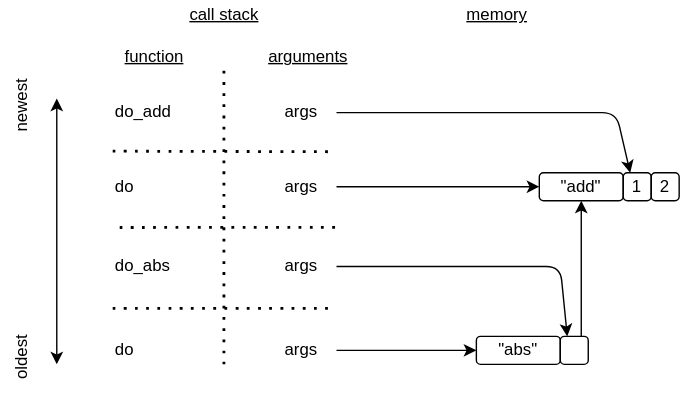
Above: docs/interp/recursive_evaluation.svg in gvwilson/sdxpy (draw.io), before the change. Source tidied: cells renumbered, new cells last; positions are measured from the earlier drawing's top-left corner, leaving out a move shared by most shapes.
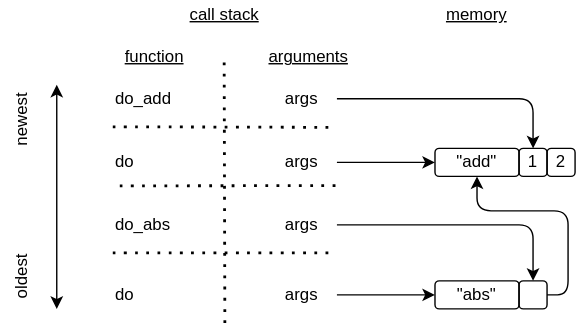
Above is the later version.

The edit, as a diff of the source:
```diff
@@ -2,115 +2,121 @@
   <root>
     <mxCell id="0" />
     <mxCell id="1" parent="0" />
-    <mxCell id="2" value="&quot;abs&quot;" style="rounded=1;whiteSpace=wrap;html=1;sketch=0;hachureGap=4;fontFamily=Verdana;fontSize=12;fillColor=none;" parent="1" vertex="1">
-      <mxGeometry x="360" y="240" width="60" height="20" as="geometry" />
+    <mxCell id="2" value="&quot;abs&quot;" style="rounded=1;whiteSpace=wrap;html=1;sketch=0;hachureGap=4;fontFamily=Helvetica;fontSize=12;fillColor=none;" parent="1" vertex="1">
+      <mxGeometry x="330" y="210" width="60" height="20" as="geometry" />
     </mxCell>
-    <mxCell id="3" style="rounded=1;whiteSpace=wrap;html=1;sketch=0;hachureGap=4;fontFamily=Verdana;fontSize=12;fillColor=none;" parent="1" vertex="1">
-      <mxGeometry x="420" y="240" width="20" height="20" as="geometry" />
+    <mxCell id="3" style="rounded=1;whiteSpace=wrap;html=1;sketch=0;hachureGap=4;fontFamily=Helvetica;fontSize=12;fillColor=none;" parent="1" vertex="1">
+      <mxGeometry x="390" y="210" width="20" height="20" as="geometry" />
     </mxCell>
-    <mxCell id="4" value="1" style="rounded=1;whiteSpace=wrap;html=1;sketch=0;hachureGap=4;fontFamily=Verdana;fontSize=12;fillColor=none;" parent="1" vertex="1">
-      <mxGeometry x="465" y="123" width="20" height="20" as="geometry" />
+    <mxCell id="4" value="1" style="rounded=1;whiteSpace=wrap;html=1;sketch=0;hachureGap=4;fontFamily=Helvetica;fontSize=12;fillColor=none;" parent="1" vertex="1">
+      <mxGeometry x="390" y="115.4" width="20" height="20" as="geometry" />
     </mxCell>
-    <mxCell id="5" value="2" style="rounded=1;whiteSpace=wrap;html=1;sketch=0;hachureGap=4;fontFamily=Verdana;fontSize=12;fillColor=none;" parent="1" vertex="1">
-      <mxGeometry x="485" y="123" width="20" height="20" as="geometry" />
+    <mxCell id="5" value="2" style="rounded=1;whiteSpace=wrap;html=1;sketch=0;hachureGap=4;fontFamily=Helvetica;fontSize=12;fillColor=none;" parent="1" vertex="1">
+      <mxGeometry x="410" y="115.4" width="20" height="20" as="geometry" />
     </mxCell>
-    <mxCell id="6" value="args" style="rounded=1;whiteSpace=wrap;html=1;sketch=0;hachureGap=4;fontFamily=Verdana;fontSize=12;fillColor=none;strokeColor=none;" parent="1" vertex="1">
-      <mxGeometry x="210" y="180" width="50" height="20" as="geometry" />
+    <mxCell id="6" value="args" style="rounded=1;whiteSpace=wrap;html=1;sketch=0;hachureGap=4;fontFamily=Helvetica;fontSize=12;fillColor=none;strokeColor=none;" parent="1" vertex="1">
+      <mxGeometry x="210" y="160" width="50" height="20" as="geometry" />
     </mxCell>
-    <mxCell id="7" style="endArrow=classic;html=1;rounded=1;sketch=0;hachureGap=4;fontFamily=Verdana;fontSize=12;sourcePerimeterSpacing=8;targetPerimeterSpacing=8;exitX=1;exitY=0.5;exitDx=0;exitDy=0;entryX=0.25;entryY=0;entryDx=0;entryDy=0;" parent="1" edge="1" source="6" target="3">
+    <mxCell id="7" style="endArrow=classic;html=1;rounded=1;sketch=0;hachureGap=4;fontFamily=Helvetica;fontSize=12;sourcePerimeterSpacing=8;targetPerimeterSpacing=8;exitX=1;exitY=0.5;exitDx=0;exitDy=0;entryX=0.5;entryY=0;entryDx=0;entryDy=0;" parent="1" edge="1" source="6" target="3">
       <mxGeometry relative="1" as="geometry">
         <Array as="points">
-          <mxPoint x="420" y="190" />
+          <mxPoint x="400" y="170" />
         </Array>
       </mxGeometry>
     </mxCell>
-    <mxCell id="8" value="do_abs" style="text;html=1;strokeColor=none;fillColor=none;align=left;verticalAlign=middle;whiteSpace=wrap;rounded=0;sketch=0;hachureGap=4;fontFamily=Verdana;fontSize=12;" parent="1" vertex="1">
-      <mxGeometry x="100" y="180" width="50" height="20" as="geometry" />
+    <mxCell id="8" value="do_abs" style="text;html=1;strokeColor=none;fillColor=none;align=left;verticalAlign=middle;whiteSpace=wrap;rounded=0;sketch=0;hachureGap=4;fontFamily=Helvetica;fontSize=12;" parent="1" vertex="1">
+      <mxGeometry x="100" y="160" width="50" height="20" as="geometry" />
     </mxCell>
-    <mxCell id="9" style="endArrow=none;dashed=1;html=1;dashPattern=1 3;strokeWidth=2;rounded=0;sketch=0;hachureGap=4;fontFamily=Verdana;fontSize=12;sourcePerimeterSpacing=8;targetPerimeterSpacing=8;curved=1;" parent="1" edge="1">
+    <mxCell id="9" style="endArrow=none;dashed=1;html=1;dashPattern=1 3;strokeWidth=2;rounded=0;sketch=0;hachureGap=4;fontFamily=Helvetica;fontSize=12;sourcePerimeterSpacing=8;targetPerimeterSpacing=8;curved=1;" parent="1" edge="1">
       <mxGeometry relative="1" as="geometry">
-        <mxPoint x="100" y="107.6" as="sourcePoint" />
-        <mxPoint x="260" y="108" as="targetPoint" />
+        <mxPoint x="100" y="100" as="sourcePoint" />
+        <mxPoint x="260" y="100.4" as="targetPoint" />
       </mxGeometry>
     </mxCell>
-    <mxCell id="10" value="args" style="rounded=1;whiteSpace=wrap;html=1;sketch=0;hachureGap=4;fontFamily=Verdana;fontSize=12;fillColor=none;strokeColor=none;" parent="1" vertex="1">
+    <mxCell id="10" value="args" style="rounded=1;whiteSpace=wrap;html=1;sketch=0;hachureGap=4;fontFamily=Helvetica;fontSize=12;fillColor=none;strokeColor=none;" parent="1" vertex="1">
       <mxGeometry x="210" y="70" width="50" height="20" as="geometry" />
     </mxCell>
-    <mxCell id="11" value="do_add" style="text;html=1;strokeColor=none;fillColor=none;align=left;verticalAlign=middle;whiteSpace=wrap;rounded=0;sketch=0;hachureGap=4;fontFamily=Verdana;fontSize=12;" parent="1" vertex="1">
+    <mxCell id="11" value="do_add" style="text;html=1;strokeColor=none;fillColor=none;align=left;verticalAlign=middle;whiteSpace=wrap;rounded=0;sketch=0;hachureGap=4;fontFamily=Helvetica;fontSize=12;" parent="1" vertex="1">
       <mxGeometry x="100" y="70" width="50" height="20" as="geometry" />
     </mxCell>
-    <mxCell id="12" style="endArrow=none;dashed=1;html=1;dashPattern=1 3;strokeWidth=2;rounded=0;sketch=0;hachureGap=4;fontFamily=Verdana;fontSize=12;sourcePerimeterSpacing=8;targetPerimeterSpacing=8;curved=1;" parent="1" edge="1">
+    <mxCell id="12" style="endArrow=none;dashed=1;html=1;dashPattern=1 3;strokeWidth=2;rounded=0;sketch=0;hachureGap=4;fontFamily=Helvetica;fontSize=12;sourcePerimeterSpacing=8;targetPerimeterSpacing=8;curved=1;" parent="1" edge="1">
       <mxGeometry relative="1" as="geometry">
-        <mxPoint x="179.5" y="260" as="sourcePoint" />
+        <mxPoint x="180" y="240" as="sourcePoint" />
         <mxPoint x="179.5" y="50" as="targetPoint" />
       </mxGeometry>
     </mxCell>
-    <mxCell id="13" value="&lt;u style=&quot;font-size: 12px;&quot;&gt;function&lt;/u&gt;" style="text;html=1;strokeColor=none;fillColor=none;align=center;verticalAlign=middle;whiteSpace=wrap;rounded=0;sketch=0;hachureGap=4;fontFamily=Verdana;fontSize=12;" parent="1" vertex="1">
-      <mxGeometry x="100" y="30" width="60" height="20" as="geometry" />
+    <mxCell id="13" value="&lt;u style=&quot;font-size: 12px;&quot;&gt;function&lt;/u&gt;" style="text;html=1;strokeColor=none;fillColor=none;align=center;verticalAlign=middle;whiteSpace=wrap;rounded=0;sketch=0;hachureGap=4;fontFamily=Helvetica;fontSize=12;" parent="1" vertex="1">
+      <mxGeometry x="100" y="40" width="60" height="20" as="geometry" />
     </mxCell>
-    <mxCell id="14" value="&lt;u style=&quot;font-size: 12px;&quot;&gt;arguments&lt;/u&gt;" style="text;html=1;strokeColor=none;fillColor=none;align=center;verticalAlign=middle;whiteSpace=wrap;rounded=0;sketch=0;hachureGap=4;fontFamily=Verdana;fontSize=12;" parent="1" vertex="1">
-      <mxGeometry x="210" y="30" width="60" height="20" as="geometry" />
+    <mxCell id="14" value="&lt;u style=&quot;font-size: 12px;&quot;&gt;arguments&lt;/u&gt;" style="text;html=1;strokeColor=none;fillColor=none;align=center;verticalAlign=middle;whiteSpace=wrap;rounded=0;sketch=0;hachureGap=4;fontFamily=Helvetica;fontSize=12;" parent="1" vertex="1">
+      <mxGeometry x="210" y="40" width="60" height="20" as="geometry" />
     </mxCell>
-    <mxCell id="15" value="call stack" style="text;html=1;strokeColor=none;fillColor=none;align=center;verticalAlign=middle;whiteSpace=wrap;rounded=0;sketch=0;hachureGap=4;fontFamily=Verdana;fontSize=12;fontStyle=4;" parent="1" vertex="1">
-      <mxGeometry x="140" width="80" height="20" as="geometry" />
+    <mxCell id="15" value="call stack" style="text;html=1;strokeColor=none;fillColor=none;align=center;verticalAlign=middle;whiteSpace=wrap;rounded=0;sketch=0;hachureGap=4;fontFamily=Helvetica;fontSize=12;fontStyle=4;" parent="1" vertex="1">
+      <mxGeometry x="140" y="10" width="80" height="20" as="geometry" />
     </mxCell>
-    <mxCell id="16" value="memory" style="text;html=1;strokeColor=none;fillColor=none;align=center;verticalAlign=middle;whiteSpace=wrap;rounded=0;sketch=0;hachureGap=4;fontFamily=Verdana;fontSize=12;fontStyle=4;" parent="1" vertex="1">
-      <mxGeometry x="345" width="60" height="20" as="geometry" />
+    <mxCell id="16" value="memory" style="text;html=1;strokeColor=none;fillColor=none;align=center;verticalAlign=middle;whiteSpace=wrap;rounded=0;sketch=0;hachureGap=4;fontFamily=Helvetica;fontSize=12;fontStyle=4;" parent="1" vertex="1">
+      <mxGeometry x="330" y="10" width="60" height="20" as="geometry" />
     </mxCell>
-    <mxCell id="17" value="args" style="rounded=1;whiteSpace=wrap;html=1;sketch=0;hachureGap=4;fontFamily=Verdana;fontSize=12;fillColor=none;strokeColor=none;" parent="1" vertex="1">
-      <mxGeometry x="210" y="240" width="50" height="20" as="geometry" />
+    <mxCell id="17" value="args" style="rounded=1;whiteSpace=wrap;html=1;sketch=0;hachureGap=4;fontFamily=Helvetica;fontSize=12;fillColor=none;strokeColor=none;" parent="1" vertex="1">
+      <mxGeometry x="210" y="210" width="50" height="20" as="geometry" />
     </mxCell>
-    <mxCell id="18" value="do" style="text;html=1;strokeColor=none;fillColor=none;align=left;verticalAlign=middle;whiteSpace=wrap;rounded=0;sketch=0;hachureGap=4;fontFamily=Verdana;fontSize=12;" parent="1" vertex="1">
-      <mxGeometry x="100" y="240" width="50" height="20" as="geometry" />
+    <mxCell id="18" value="do" style="text;html=1;strokeColor=none;fillColor=none;align=left;verticalAlign=middle;whiteSpace=wrap;rounded=0;sketch=0;hachureGap=4;fontFamily=Helvetica;fontSize=12;" parent="1" vertex="1">
+      <mxGeometry x="100" y="210" width="50" height="20" as="geometry" />
     </mxCell>
-    <mxCell id="19" value="args" style="rounded=1;whiteSpace=wrap;html=1;sketch=0;hachureGap=4;fontFamily=Verdana;fontSize=12;fillColor=none;strokeColor=none;" parent="1" vertex="1">
-      <mxGeometry x="210" y="123" width="50" height="20" as="geometry" />
+    <mxCell id="19" value="args" style="rounded=1;whiteSpace=wrap;html=1;sketch=0;hachureGap=4;fontFamily=Helvetica;fontSize=12;fillColor=none;strokeColor=none;" parent="1" vertex="1">
+      <mxGeometry x="210" y="115.4" width="50" height="20" as="geometry" />
     </mxCell>
-    <mxCell id="20" value="do" style="text;html=1;strokeColor=none;fillColor=none;align=left;verticalAlign=middle;whiteSpace=wrap;rounded=0;sketch=0;hachureGap=4;fontFamily=Verdana;fontSize=12;" parent="1" vertex="1">
-      <mxGeometry x="100" y="123" width="50" height="20" as="geometry" />
+    <mxCell id="20" value="do" style="text;html=1;strokeColor=none;fillColor=none;align=left;verticalAlign=middle;whiteSpace=wrap;rounded=0;sketch=0;hachureGap=4;fontFamily=Helvetica;fontSize=12;" parent="1" vertex="1">
+      <mxGeometry x="100" y="115.4" width="50" height="20" as="geometry" />
     </mxCell>
-    <mxCell id="21" style="endArrow=none;dashed=1;html=1;dashPattern=1 3;strokeWidth=2;rounded=0;sketch=0;hachureGap=4;fontFamily=Verdana;fontSize=12;sourcePerimeterSpacing=8;targetPerimeterSpacing=8;curved=1;" parent="1" edge="1">
+    <mxCell id="21" style="endArrow=none;dashed=1;html=1;dashPattern=1 3;strokeWidth=2;rounded=0;sketch=0;hachureGap=4;fontFamily=Helvetica;fontSize=12;sourcePerimeterSpacing=8;targetPerimeterSpacing=8;curved=1;" parent="1" edge="1">
       <mxGeometry relative="1" as="geometry">
-        <mxPoint x="105" y="162.2" as="sourcePoint" />
-        <mxPoint x="260" y="162" as="targetPoint" />
+        <mxPoint x="105" y="142.2" as="sourcePoint" />
+        <mxPoint x="260" y="142" as="targetPoint" />
       </mxGeometry>
     </mxCell>
-    <mxCell id="22" style="endArrow=none;dashed=1;html=1;dashPattern=1 3;strokeWidth=2;rounded=0;sketch=0;hachureGap=4;fontFamily=Verdana;fontSize=12;sourcePerimeterSpacing=8;targetPerimeterSpacing=8;curved=1;" parent="1" edge="1">
+    <mxCell id="22" style="endArrow=none;dashed=1;html=1;dashPattern=1 3;strokeWidth=2;rounded=0;sketch=0;hachureGap=4;fontFamily=Helvetica;fontSize=12;sourcePerimeterSpacing=8;targetPerimeterSpacing=8;curved=1;" parent="1" edge="1">
       <mxGeometry relative="1" as="geometry">
-        <mxPoint x="100" y="220" as="sourcePoint" />
-        <mxPoint x="260" y="220" as="targetPoint" />
+        <mxPoint x="100" y="190" as="sourcePoint" />
+        <mxPoint x="260" y="190" as="targetPoint" />
       </mxGeometry>
     </mxCell>
-    <mxCell id="23" style="endArrow=classic;html=1;rounded=1;sketch=0;hachureGap=4;fontFamily=Verdana;fontSize=12;sourcePerimeterSpacing=8;targetPerimeterSpacing=8;exitX=1;exitY=0.5;exitDx=0;exitDy=0;entryX=0;entryY=0.5;entryDx=0;entryDy=0;" parent="1" edge="1" source="17" target="2">
+    <mxCell id="23" style="endArrow=classic;html=1;rounded=1;sketch=0;hachureGap=4;fontFamily=Helvetica;fontSize=12;sourcePerimeterSpacing=8;targetPerimeterSpacing=8;exitX=1;exitY=0.5;exitDx=0;exitDy=0;entryX=0;entryY=0.5;entryDx=0;entryDy=0;" parent="1" edge="1" source="17" target="2">
       <mxGeometry relative="1" as="geometry" />
     </mxCell>
-    <mxCell id="24" style="endArrow=classic;html=1;rounded=1;sketch=0;hachureGap=4;fontFamily=Verdana;fontSize=12;sourcePerimeterSpacing=8;targetPerimeterSpacing=8;exitX=1;exitY=0.5;exitDx=0;exitDy=0;entryX=0;entryY=0.5;entryDx=0;entryDy=0;" parent="1" edge="1" source="19" target="26">
+    <mxCell id="24" style="endArrow=classic;html=1;rounded=1;sketch=0;hachureGap=4;fontFamily=Helvetica;fontSize=12;sourcePerimeterSpacing=8;targetPerimeterSpacing=8;exitX=1;exitY=0.5;exitDx=0;exitDy=0;entryX=0;entryY=0.5;entryDx=0;entryDy=0;" parent="1" edge="1" source="19" target="26">
       <mxGeometry relative="1" as="geometry" />
     </mxCell>
-    <mxCell id="25" style="endArrow=classic;html=1;rounded=1;sketch=0;hachureGap=4;fontFamily=Verdana;fontSize=12;sourcePerimeterSpacing=8;targetPerimeterSpacing=8;exitX=1;exitY=0.5;exitDx=0;exitDy=0;entryX=0.25;entryY=0;entryDx=0;entryDy=0;" parent="1" edge="1" source="10" target="4">
+    <mxCell id="25" style="endArrow=classic;html=1;rounded=1;sketch=0;hachureGap=4;fontFamily=Helvetica;fontSize=12;sourcePerimeterSpacing=8;targetPerimeterSpacing=8;exitX=1;exitY=0.5;exitDx=0;exitDy=0;entryX=0.5;entryY=0;entryDx=0;entryDy=0;" parent="1" edge="1" source="10" target="4">
       <mxGeometry relative="1" as="geometry">
         <Array as="points">
-          <mxPoint x="460" y="80" />
+          <mxPoint x="400" y="80" />
         </Array>
       </mxGeometry>
     </mxCell>
-    <mxCell id="26" value="&quot;add&quot;" style="rounded=1;whiteSpace=wrap;html=1;sketch=0;hachureGap=4;fontFamily=Verdana;fontSize=12;fillColor=none;" parent="1" vertex="1">
-      <mxGeometry x="405" y="123" width="60" height="20" as="geometry" />
+    <mxCell id="26" value="&quot;add&quot;" style="rounded=1;whiteSpace=wrap;html=1;sketch=0;hachureGap=4;fontFamily=Helvetica;fontSize=12;fillColor=none;" parent="1" vertex="1">
+      <mxGeometry x="330" y="115.4" width="60" height="20" as="geometry" />
     </mxCell>
-    <mxCell id="27" style="endArrow=classic;html=1;rounded=0;sketch=0;fontFamily=Verdana;entryX=0.5;entryY=1;entryDx=0;entryDy=0;fontSize=12;exitX=0.75;exitY=0;exitDx=0;exitDy=0;" parent="1" edge="1" source="3" target="26">
-      <mxGeometry relative="1" as="geometry" />
+    <mxCell id="27" style="endArrow=classic;html=1;rounded=1;sketch=0;fontFamily=Helvetica;entryX=0.5;entryY=1;entryDx=0;entryDy=0;fontSize=12;exitX=1;exitY=0.5;exitDx=0;exitDy=0;" parent="1" edge="1" source="3" target="26">
+      <mxGeometry relative="1" as="geometry">
+        <Array as="points">
+          <mxPoint x="425" y="220" />
+          <mxPoint x="425" y="160" />
+          <mxPoint x="360" y="160" />
+        </Array>
+      </mxGeometry>
     </mxCell>
-    <mxCell id="28" style="endArrow=classic;startArrow=classic;html=1;rounded=0;sketch=0;fontFamily=Verdana;fontSize=12;" parent="1" edge="1">
+    <mxCell id="28" style="endArrow=classic;startArrow=classic;html=1;rounded=0;sketch=0;fontFamily=Helvetica;fontSize=12;" parent="1" edge="1">
       <mxGeometry relative="1" as="geometry">
-        <mxPoint x="60" y="260" as="sourcePoint" />
+        <mxPoint x="60" y="230" as="sourcePoint" />
         <mxPoint x="60" y="70" as="targetPoint" />
       </mxGeometry>
     </mxCell>
-    <mxCell id="29" value="oldest" style="text;html=1;strokeColor=none;fillColor=none;align=center;verticalAlign=middle;whiteSpace=wrap;rounded=0;fontFamily=Verdana;fontSize=12;rotation=-90;" parent="1" vertex="1">
-      <mxGeometry y="240" width="70" height="30" as="geometry" />
+    <mxCell id="29" value="oldest" style="text;html=1;strokeColor=none;fillColor=none;align=center;verticalAlign=middle;whiteSpace=wrap;rounded=0;fontFamily=Helvetica;fontSize=12;rotation=-90;" parent="1" vertex="1">
+      <mxGeometry x="12.5" y="192.5" width="45" height="30" as="geometry" />
     </mxCell>
-    <mxCell id="30" value="newest" style="text;html=1;strokeColor=none;fillColor=none;align=center;verticalAlign=middle;whiteSpace=wrap;rounded=0;fontFamily=Verdana;fontSize=12;rotation=-90;" parent="1" vertex="1">
-      <mxGeometry y="60" width="70" height="30" as="geometry" />
+    <mxCell id="30" value="newest" style="text;html=1;strokeColor=none;fillColor=none;align=center;verticalAlign=middle;whiteSpace=wrap;rounded=0;fontFamily=Helvetica;fontSize=12;rotation=-90;" parent="1" vertex="1">
+      <mxGeometry x="10" y="80" width="50" height="30" as="geometry" />
     </mxCell>
   </root>
 </mxGraphModel>
```
